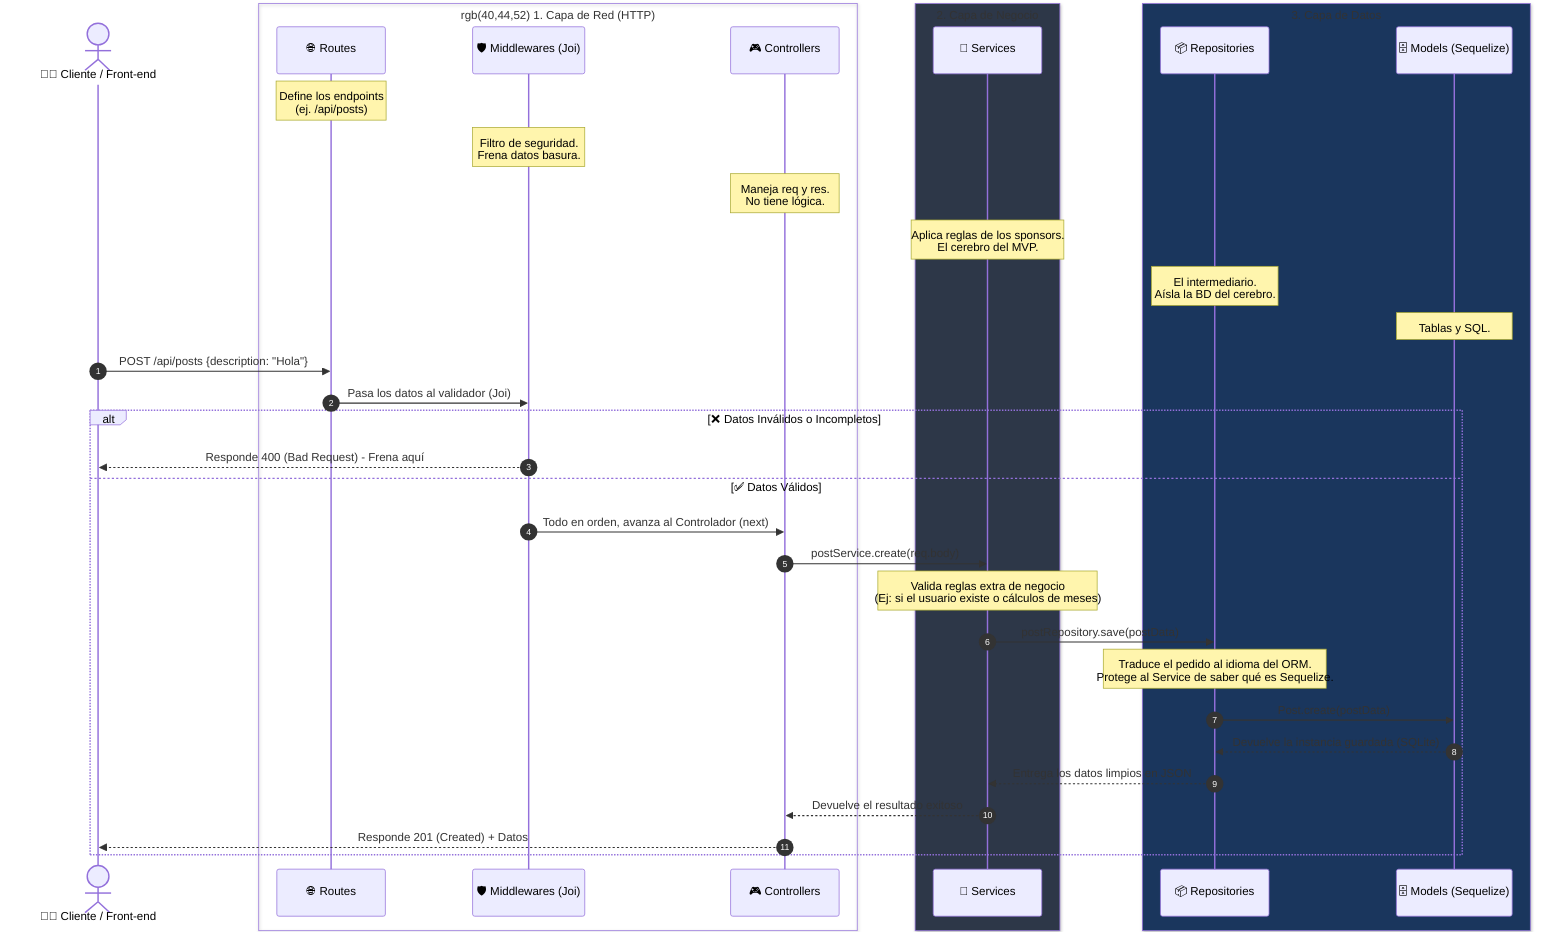
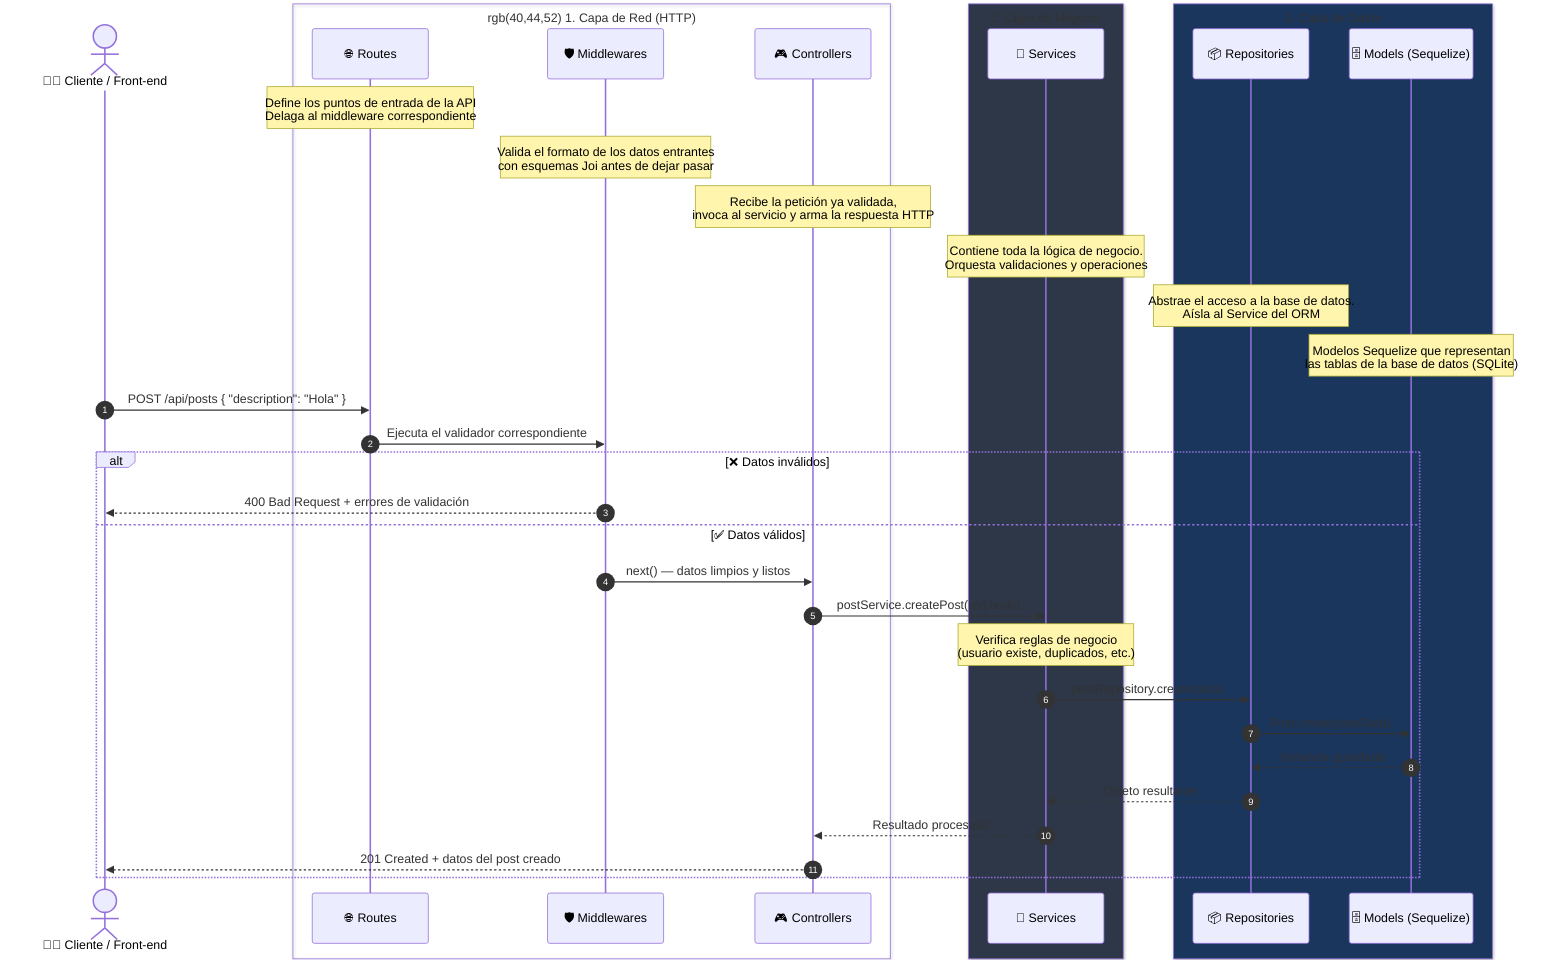
sequenceDiagram
    autonumber
    actor Cliente as 🧑‍💻 Cliente / Front-end

    box rgb(40,44,52) 1. Capa de Red (HTTP)
        participant Ruta as 🌐 Routes
-         participant Middleware as 🛡️ Middlewares (Joi)
+         participant Middleware as 🛡️ Middlewares
        participant Ctrl as 🎮 Controllers
    end

    box rgb(45,55,72) 2. Capa de Negocio
        participant Svc as 🧠 Services
    end

    box rgb(26,54,93) 3. Capa de Datos
        participant Repo as 📦 Repositories
        participant DB as 🗄️ Models (Sequelize)
    end

- %% Explicación rápida de responsabilidades
-     Note over Ruta: Define los endpoints<br/>(ej. /api/posts)
-     Note over Middleware: Filtro de seguridad.<br/>Frena datos basura.
-     Note over Ctrl: Maneja req y res.<br/>No tiene lógica.
-     Note over Svc: Aplica reglas de los sponsors.<br/>El cerebro del MVP.
-     Note over Repo: El intermediario.<br/>Aísla la BD del cerebro.
-     Note over DB: Tablas y SQL.
+ %% Responsabilidades de cada capa
+     Note over Ruta: Define los puntos de entrada de la API<br/>Delaga al middleware correspondiente
+     Note over Middleware: Valida el formato de los datos entrantes<br/>con esquemas Joi antes de dejar pasar
+     Note over Ctrl: Recibe la petición ya validada,<br/>invoca al servicio y arma la respuesta HTTP
+     Note over Svc: Contiene toda la lógica de negocio.<br/>Orquesta validaciones y operaciones
+     Note over Repo: Abstrae el acceso a la base de datos.<br/>Aísla al Service del ORM
+     Note over DB: Modelos Sequelize que representan<br/>las tablas de la base de datos (SQLite)

- %% Inicio del flujo de la petición
-     Cliente->>Ruta: POST /api/posts {description: "Hola"}
-     Ruta->>Middleware: Pasa los datos al validador (Joi)
+ %% Inicio del flujo de una petición exitosa
+     Cliente->>Ruta: POST /api/posts { "description": "Hola" }
+     Ruta->>Middleware: Ejecuta el validador correspondiente

-     alt ❌ Datos Inválidos o Incompletos
-         Middleware-->>Cliente: Responde 400 (Bad Request) - Frena aquí
-     else ✅ Datos Válidos
-         Middleware->>Ctrl: Todo en orden, avanza al Controlador (next)
-         Ctrl->>Svc: postService.create(req.body)
+     alt ❌ Datos inválidos
+         Middleware-->>Cliente: 400 Bad Request + errores de validación
+     else ✅ Datos válidos
+         Middleware->>Ctrl: next() — datos limpios y listos
+         Ctrl->>Svc: postService.createPost(req.body)

-         Note over Svc: Valida reglas extra de negocio<br/>(Ej: si el usuario existe o cálculos de meses)
+         Note over Svc: Verifica reglas de negocio<br/>(usuario existe, duplicados, etc.)

-         Svc->>Repo: postRepository.save(postData)
+         Svc->>Repo: postRepository.create(data)
+         Repo->>DB: Post.create(postData)
+         DB-->>Repo: Instancia guardada
+         Repo-->>Svc: Objeto resultante

-         Note over Repo: Traduce el pedido al idioma del ORM.<br/>Protege al Service de saber qué es Sequelize.
- 
-         Repo->>DB: Post.create(postData)
-         DB-->>Repo: Devuelve la instancia guardada (SQLite)
-         Repo-->>Svc: Entrega los datos limpios en JSON
-         Svc-->>Ctrl: Devuelve el resultado exitoso
-         Ctrl-->>Cliente: Responde 201 (Created) + Datos
+         Svc-->>Ctrl: Resultado procesado
+         Ctrl-->>Cliente: 201 Created + datos del post creado
    end
